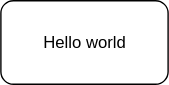
This is model2.drawio.svg from Netbeheer-Nederland/im-meetcomponentenregister, a draw.io export, as it was before one commit. Source tidied: cells renumbered, new cells last; positions are measured from the earlier drawing's top-left corner, leaving out a move shared by most shapes. Its diagram source:
```xml
<mxGraphModel>
  <root>
    <mxCell id="0" />
    <mxCell id="1" parent="0" />
    <mxCell id="2" value="Hello world" style="rounded=1;whiteSpace=wrap;html=1;" parent="1" vertex="1">
      <mxGeometry width="120" height="60" as="geometry" />
    </mxCell>
  </root>
</mxGraphModel>
```
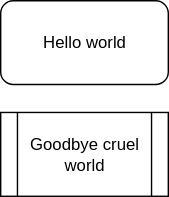
After the change.

What changed in the source:
```diff
@@ -5,5 +5,8 @@
     <mxCell id="2" value="Hello world" style="rounded=1;whiteSpace=wrap;html=1;" parent="1" vertex="1">
       <mxGeometry width="120" height="60" as="geometry" />
     </mxCell>
+    <mxCell id="3" value="Goodbye cruel world" style="shape=process;whiteSpace=wrap;html=1;backgroundOutline=1;" parent="1" vertex="1">
+      <mxGeometry y="80" width="120" height="60" as="geometry" />
+    </mxCell>
   </root>
 </mxGraphModel>
```
